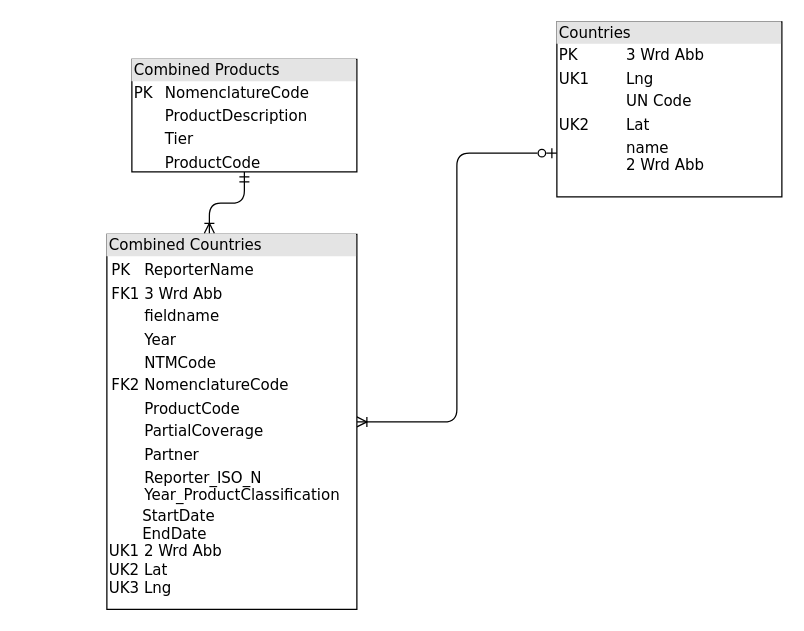
Earlier version of the draw.io diagram DB_Diagram.drawio (ksu-cs-projects-2022-2023/spring2023-rchevuru). Source tidied: cells renumbered, new cells numbered last; positions are measured from the earlier drawing's top-left corner, leaving out a move shared by most shapes. Both pictures are drawn from the tidied source at 125%, with x=0, y=0 at pixel (106, 21).
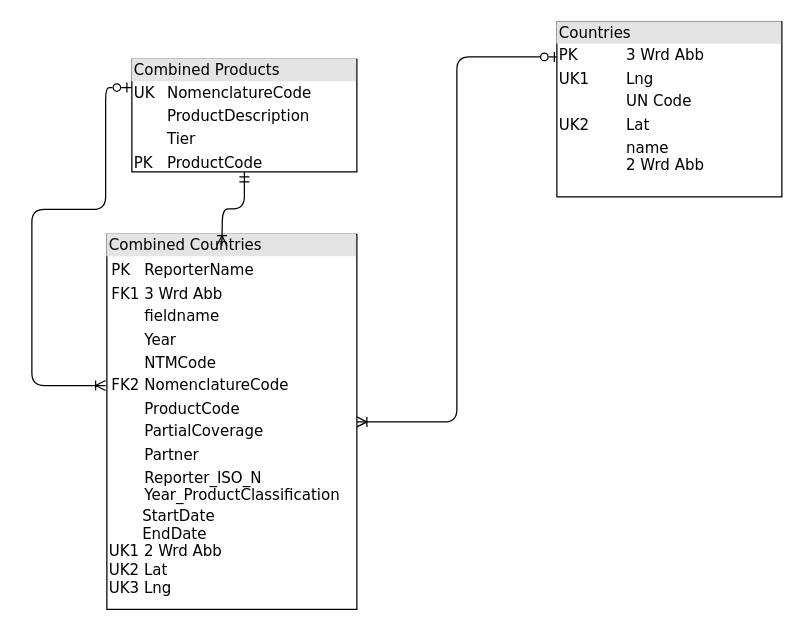
The same diagram, later.

The edit, as a diff of the source:
```diff
@@
 <mxGraphModel>
   <root>
     <mxCell id="0" />
     <mxCell id="1" parent="0" />
-    <mxCell id="2" style="edgeStyle=orthogonalEdgeStyle;html=1;labelBackgroundColor=none;startArrow=ERmandOne;endArrow=ERoneToMany;fontFamily=Verdana;fontSize=12;align=left;entryX=0.41;entryY=-0.003;entryDx=0;entryDy=0;entryPerimeter=0;exitX=0.5;exitY=1;exitDx=0;exitDy=0;" parent="1" edge="1" source="5" target="4">
-      <mxGeometry relative="1" as="geometry" />
+    <mxCell id="2" style="edgeStyle=orthogonalEdgeStyle;html=1;labelBackgroundColor=none;startArrow=ERzeroToOne;endArrow=ERoneToMany;fontFamily=Verdana;fontSize=12;align=left;entryX=-0.005;entryY=0.403;entryDx=0;entryDy=0;entryPerimeter=0;exitX=0;exitY=0.25;exitDx=0;exitDy=0;startFill=0;" parent="1" edge="1" source="5" target="4">
+      <mxGeometry relative="1" as="geometry">
+        <Array as="points">
+          <mxPoint x="-1" y="53" />
+          <mxPoint x="-1" y="150" />
+          <mxPoint x="-60" y="150" />
+          <mxPoint x="-60" y="291" />
+        </Array>
+      </mxGeometry>
     </mxCell>
-    <mxCell id="3" style="edgeStyle=orthogonalEdgeStyle;html=1;exitX=0;exitY=0.75;entryX=1;entryY=0.5;labelBackgroundColor=none;startArrow=ERzeroToOne;endArrow=ERoneToMany;fontFamily=Verdana;fontSize=12;align=left;startFill=0;" parent="1" edge="1" source="6" target="4">
+    <mxCell id="3" style="edgeStyle=orthogonalEdgeStyle;html=1;exitX=0.011;exitY=0.2;entryX=1;entryY=0.5;labelBackgroundColor=none;startArrow=ERzeroToOne;endArrow=ERoneToMany;fontFamily=Verdana;fontSize=12;align=left;startFill=0;exitDx=0;exitDy=0;exitPerimeter=0;" parent="1" edge="1" source="6" target="4">
       <mxGeometry relative="1" as="geometry" />
     </mxCell>
     <mxCell id="4" value="&lt;div style=&quot;box-sizing: border-box ; width: 100% ; background: #e4e4e4 ; padding: 2px&quot;&gt;Combined Countries&lt;/div&gt;&lt;table style=&quot;width: 100% ; font-size: 1em&quot; cellpadding=&quot;2&quot; cellspacing=&quot;0&quot;&gt;&lt;tbody&gt;&lt;tr&gt;&lt;td&gt;&lt;table style=&quot;border-color: var(--border-color); font-size: 1em; width: 180px;&quot; cellpadding=&quot;2&quot; cellspacing=&quot;0&quot;&gt;&lt;tbody style=&quot;border-color: var(--border-color);&quot;&gt;&lt;tr style=&quot;border-color: var(--border-color);&quot;&gt;&lt;td style=&quot;border-color: var(--border-color);&quot;&gt;PK&lt;/td&gt;&lt;td style=&quot;border-color: var(--border-color);&quot;&gt;ReporterName&lt;/td&gt;&lt;/tr&gt;&lt;tr style=&quot;border-color: var(--border-color);&quot;&gt;&lt;td style=&quot;border-color: var(--border-color);&quot;&gt;FK1&lt;/td&gt;&lt;td style=&quot;border-color: var(--border-color);&quot;&gt;3 Wrd Abb&lt;/td&gt;&lt;/tr&gt;&lt;tr style=&quot;border-color: var(--border-color);&quot;&gt;&lt;td style=&quot;border-color: var(--border-color);&quot;&gt;&lt;/td&gt;&lt;td style=&quot;border-color: var(--border-color);&quot;&gt;fieldname&lt;/td&gt;&lt;/tr&gt;&lt;tr style=&quot;border-color: var(--border-color);&quot;&gt;&lt;td style=&quot;border-color: var(--border-color);&quot;&gt;&lt;br style=&quot;border-color: var(--border-color);&quot;&gt;&lt;/td&gt;&lt;td style=&quot;border-color: var(--border-color);&quot;&gt;Year&lt;br style=&quot;border-color: var(--border-color);&quot;&gt;&lt;/td&gt;&lt;/tr&gt;&lt;tr style=&quot;border-color: var(--border-color);&quot;&gt;&lt;td style=&quot;border-color: var(--border-color);&quot;&gt;&lt;br style=&quot;border-color: var(--border-color);&quot;&gt;&lt;/td&gt;&lt;td style=&quot;border-color: var(--border-color);&quot;&gt;NTMCode&lt;br style=&quot;border-color: var(--border-color);&quot;&gt;&lt;/td&gt;&lt;/tr&gt;&lt;tr style=&quot;border-color: var(--border-color);&quot;&gt;&lt;td style=&quot;border-color: var(--border-color);&quot;&gt;FK2&lt;br style=&quot;border-color: var(--border-color);&quot;&gt;&lt;/td&gt;&lt;td style=&quot;border-color: var(--border-color);&quot;&gt;NomenclatureCode&lt;br style=&quot;border-color: var(--border-color);&quot;&gt;&lt;/td&gt;&lt;/tr&gt;&lt;tr style=&quot;border-color: var(--border-color);&quot;&gt;&lt;td style=&quot;border-color: var(--border-color);&quot;&gt;&lt;br style=&quot;border-color: var(--border-color);&quot;&gt;&lt;/td&gt;&lt;td style=&quot;border-color: var(--border-color);&quot;&gt;ProductCode&lt;br style=&quot;border-color: var(--border-color);&quot;&gt;&lt;/td&gt;&lt;/tr&gt;&lt;tr style=&quot;border-color: var(--border-color);&quot;&gt;&lt;td style=&quot;border-color: var(--border-color);&quot;&gt;&lt;br style=&quot;border-color: var(--border-color);&quot;&gt;&lt;/td&gt;&lt;td style=&quot;border-color: var(--border-color);&quot;&gt;PartialCoverage&lt;br style=&quot;border-color: var(--border-color);&quot;&gt;&lt;/td&gt;&lt;/tr&gt;&lt;tr style=&quot;border-color: var(--border-color);&quot;&gt;&lt;td style=&quot;border-color: var(--border-color);&quot;&gt;&lt;br style=&quot;border-color: var(--border-color);&quot;&gt;&lt;/td&gt;&lt;td style=&quot;border-color: var(--border-color);&quot;&gt;Partner&lt;br style=&quot;border-color: var(--border-color);&quot;&gt;&lt;/td&gt;&lt;/tr&gt;&lt;tr style=&quot;border-color: var(--border-color);&quot;&gt;&lt;td style=&quot;border-color: var(--border-color);&quot;&gt;&lt;br style=&quot;border-color: var(--border-color);&quot;&gt;&lt;/td&gt;&lt;td style=&quot;border-color: var(--border-color);&quot;&gt;Reporter_ISO_N&lt;br&gt;Year_ProductClassification&lt;br&gt;&lt;/td&gt;&lt;/tr&gt;&lt;/tbody&gt;&lt;/table&gt;&amp;nbsp; &amp;nbsp; &amp;nbsp; &amp;nbsp;StartDate&lt;br&gt;&amp;nbsp; &amp;nbsp; &amp;nbsp; &amp;nbsp;EndDate&lt;br&gt;UK1 2 Wrd Abb&lt;br&gt;UK2&amp;nbsp;Lat&lt;br&gt;UK3&amp;nbsp;Lng&amp;nbsp;&lt;/td&gt;&lt;td&gt;&lt;br&gt;&lt;/td&gt;&lt;/tr&gt;&lt;/tbody&gt;&lt;/table&gt;" style="verticalAlign=top;align=left;overflow=fill;html=1;rounded=0;shadow=0;comic=0;labelBackgroundColor=none;strokeWidth=1;fontFamily=Verdana;fontSize=12;" parent="1" vertex="1">
       <mxGeometry y="170" width="200" height="300" as="geometry" />
     </mxCell>
-    <mxCell id="5" value="&lt;div style=&quot;box-sizing: border-box ; width: 100% ; background: #e4e4e4 ; padding: 2px&quot;&gt;Combined Products&lt;/div&gt;&lt;table style=&quot;width: 100% ; font-size: 1em&quot; cellpadding=&quot;2&quot; cellspacing=&quot;0&quot;&gt;&lt;tbody&gt;&lt;tr&gt;&lt;td&gt;PK&lt;/td&gt;&lt;td&gt;NomenclatureCode&lt;/td&gt;&lt;/tr&gt;&lt;tr&gt;&lt;td&gt;&lt;br&gt;&lt;/td&gt;&lt;td&gt;ProductDescription&lt;/td&gt;&lt;/tr&gt;&lt;tr&gt;&lt;td&gt;&lt;/td&gt;&lt;td&gt;Tier&lt;/td&gt;&lt;/tr&gt;&lt;tr&gt;&lt;td&gt;&lt;br&gt;&lt;/td&gt;&lt;td&gt;ProductCode&lt;br&gt;&lt;/td&gt;&lt;/tr&gt;&lt;/tbody&gt;&lt;/table&gt;" style="verticalAlign=top;align=left;overflow=fill;html=1;rounded=0;shadow=0;comic=0;labelBackgroundColor=none;strokeWidth=1;fontFamily=Verdana;fontSize=12;" parent="1" vertex="1">
+    <mxCell id="5" value="&lt;div style=&quot;box-sizing: border-box ; width: 100% ; background: #e4e4e4 ; padding: 2px&quot;&gt;Combined Products&lt;/div&gt;&lt;table style=&quot;width: 100% ; font-size: 1em&quot; cellpadding=&quot;2&quot; cellspacing=&quot;0&quot;&gt;&lt;tbody&gt;&lt;tr&gt;&lt;td&gt;UK&lt;/td&gt;&lt;td&gt;NomenclatureCode&lt;/td&gt;&lt;/tr&gt;&lt;tr&gt;&lt;td&gt;&lt;br&gt;&lt;/td&gt;&lt;td&gt;ProductDescription&lt;/td&gt;&lt;/tr&gt;&lt;tr&gt;&lt;td&gt;&lt;/td&gt;&lt;td&gt;Tier&lt;/td&gt;&lt;/tr&gt;&lt;tr&gt;&lt;td&gt;PK&lt;/td&gt;&lt;td&gt;ProductCode&lt;br&gt;&lt;/td&gt;&lt;/tr&gt;&lt;/tbody&gt;&lt;/table&gt;" style="verticalAlign=top;align=left;overflow=fill;html=1;rounded=0;shadow=0;comic=0;labelBackgroundColor=none;strokeWidth=1;fontFamily=Verdana;fontSize=12;" parent="1" vertex="1">
       <mxGeometry x="20" y="30" width="180" height="90" as="geometry" />
     </mxCell>
     <mxCell id="6" value="&lt;div style=&quot;box-sizing: border-box ; width: 100% ; background: #e4e4e4 ; padding: 2px&quot;&gt;Countries&lt;br&gt;&lt;/div&gt;&lt;table style=&quot;width: 100% ; font-size: 1em&quot; cellpadding=&quot;2&quot; cellspacing=&quot;0&quot;&gt;&lt;tbody&gt;&lt;tr&gt;&lt;td&gt;PK&lt;/td&gt;&lt;td&gt;3 Wrd Abb&lt;/td&gt;&lt;/tr&gt;&lt;tr&gt;&lt;td&gt;UK1&lt;/td&gt;&lt;td&gt;Lng&lt;br&gt;&lt;/td&gt;&lt;/tr&gt;&lt;tr&gt;&lt;td&gt;&lt;/td&gt;&lt;td&gt;UN Code&lt;/td&gt;&lt;/tr&gt;&lt;tr&gt;&lt;td&gt;UK2&lt;br&gt;&lt;/td&gt;&lt;td&gt;Lat&lt;br&gt;&lt;/td&gt;&lt;/tr&gt;&lt;tr&gt;&lt;td&gt;&lt;br&gt;&lt;/td&gt;&lt;td&gt;name&lt;br&gt;2 Wrd Abb&lt;/td&gt;&lt;/tr&gt;&lt;tr&gt;&lt;td&gt;&lt;/td&gt;&lt;td&gt;&lt;br&gt;&lt;/td&gt;&lt;/tr&gt;&lt;/tbody&gt;&lt;/table&gt;" style="verticalAlign=top;align=left;overflow=fill;html=1;rounded=0;shadow=0;comic=0;labelBackgroundColor=none;strokeWidth=1;fontFamily=Verdana;fontSize=12;" parent="1" vertex="1">
       <mxGeometry x="360" width="180" height="140" as="geometry" />
     </mxCell>
+    <mxCell id="7" style="edgeStyle=orthogonalEdgeStyle;html=1;labelBackgroundColor=none;startArrow=ERmandOne;endArrow=ERoneToMany;fontFamily=Verdana;fontSize=12;align=left;entryX=0.41;entryY=-0.003;entryDx=0;entryDy=0;entryPerimeter=0;exitX=0.5;exitY=1;exitDx=0;exitDy=0;" parent="1" edge="1" source="5">
+      <mxGeometry relative="1" as="geometry">
+        <mxPoint x="92" y="179" as="targetPoint" />
+      </mxGeometry>
+    </mxCell>
   </root>
 </mxGraphModel>
```
